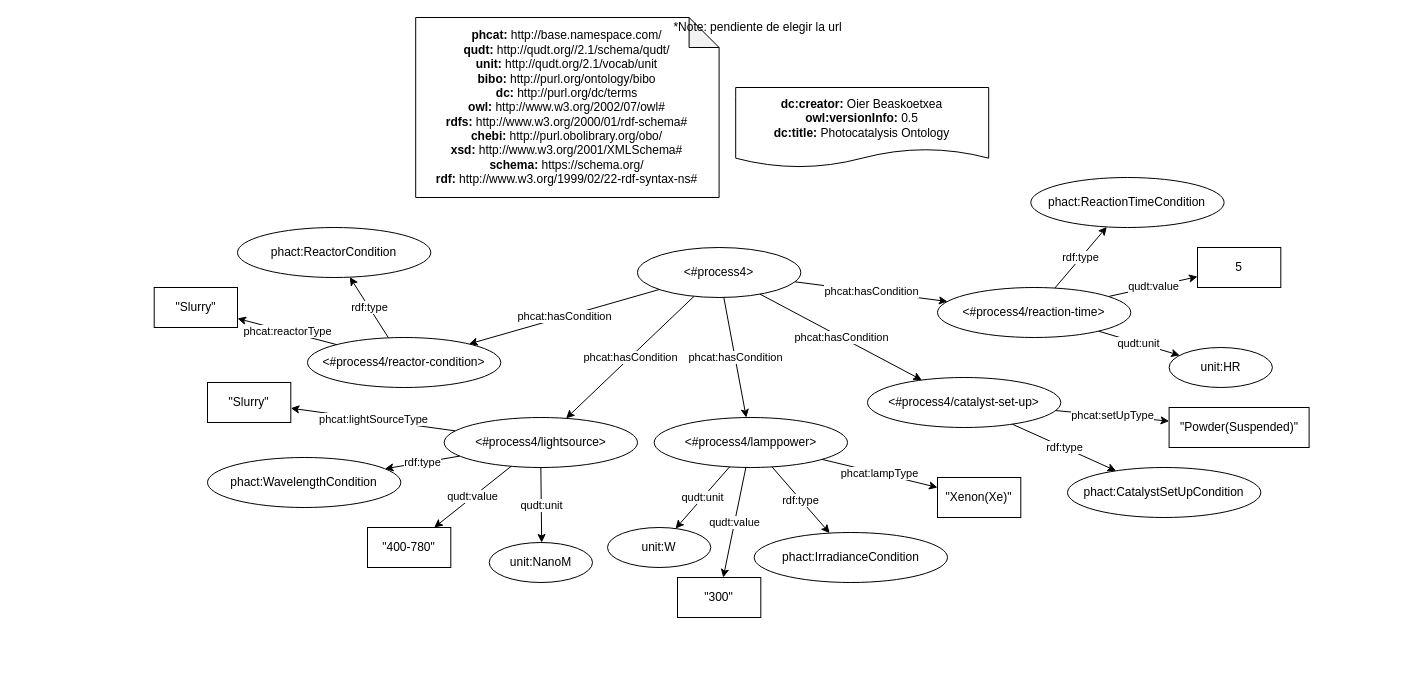
SolarChem/solarchem-ontology keeps this draw.io diagram as page "Ejemplo-conditions" (5 of 8) of examples/photocatalysis-ontology-example.drawio. Above is the earlier version. Source tidied: cells renumbered, new cells numbered last; positions are measured from the earlier drawing's top-left corner, leaving out a move shared by most shapes. Both pictures are drawn from the tidied source at 100%, with x=0, y=0 at pixel (154, 17).
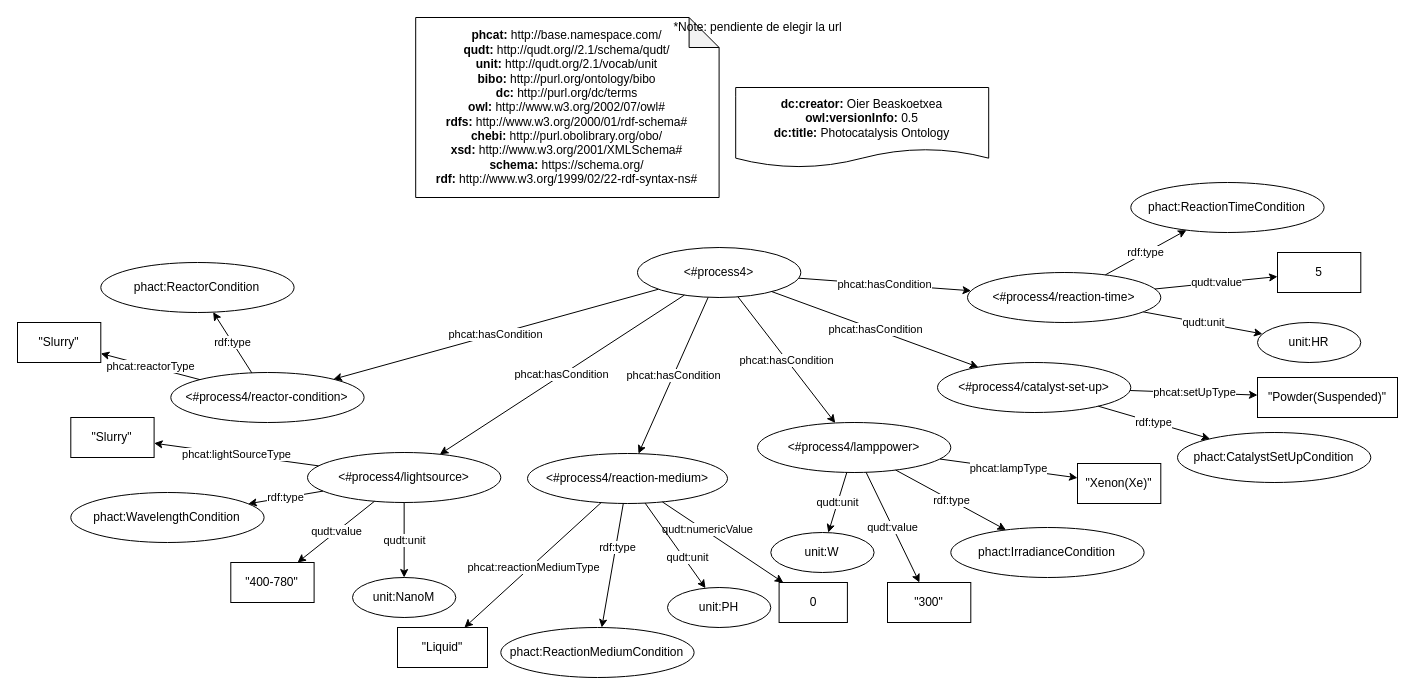
After the change.

The change refers to these unchanged cells:
```xml
<mxCell id="6" value="&amp;lt;#process4&amp;gt;" style="ellipse;whiteSpace=wrap;html=1;fillColor=default;" parent="1" vertex="1">
  <mxGeometry x="483" y="230" width="163.3" height="50" as="geometry" />
</mxCell>
```

Change to the diagram source:
```diff
@@
     <mxCell id="7" value="&amp;lt;#process4/reactor-condition&amp;gt;" style="ellipse;whiteSpace=wrap;html=1;fillColor=default;" parent="1" vertex="1">
-      <mxGeometry x="153" y="320" width="193.3" height="50" as="geometry" />
+      <mxGeometry x="16.3" y="355" width="193.3" height="50" as="geometry" />
     </mxCell>
     <mxCell id="8" value="phact:ReactorCondition" style="ellipse;whiteSpace=wrap;html=1;fillColor=default;" parent="1" vertex="1">
-      <mxGeometry x="83" y="210" width="193.3" height="50" as="geometry" />
+      <mxGeometry x="-53.7" y="245" width="193.3" height="50" as="geometry" />
     </mxCell>
@@
     <mxCell id="10" value="&quot;Slurry&quot;" style="rounded=0;whiteSpace=wrap;html=1;fillColor=default;" parent="1" vertex="1">
-      <mxGeometry x="-0.3" y="270" width="83.3" height="40" as="geometry" />
+      <mxGeometry x="-137" y="305" width="83.3" height="40" as="geometry" />
     </mxCell>
@@
     <mxCell id="13" value="&amp;lt;#process4/lightsource&amp;gt;" style="ellipse;whiteSpace=wrap;html=1;fillColor=default;" parent="1" vertex="1">
-      <mxGeometry x="289.7" y="400" width="193.3" height="50" as="geometry" />
+      <mxGeometry x="153" y="435" width="193.3" height="50" as="geometry" />
     </mxCell>
     <mxCell id="14" value="phact:WavelengthCondition" style="ellipse;whiteSpace=wrap;html=1;fillColor=default;" parent="1" vertex="1">
-      <mxGeometry x="53" y="440" width="193.3" height="50" as="geometry" />
+      <mxGeometry x="-83.7" y="475" width="193.3" height="50" as="geometry" />
     </mxCell>
@@
     <mxCell id="16" value="&quot;Slurry&quot;" style="rounded=0;whiteSpace=wrap;html=1;fillColor=default;" parent="1" vertex="1">
-      <mxGeometry x="53" y="365" width="83.3" height="40" as="geometry" />
+      <mxGeometry x="-83.7" y="400" width="83.3" height="40" as="geometry" />
     </mxCell>
@@
     <mxCell id="18" value="unit:NanoM" style="ellipse;whiteSpace=wrap;html=1;fillColor=default;" parent="1" vertex="1">
-      <mxGeometry x="334.7" y="525" width="103.3" height="40" as="geometry" />
+      <mxGeometry x="198" y="560" width="103.3" height="40" as="geometry" />
     </mxCell>
     <mxCell id="19" value="&quot;400-780&quot;" style="rounded=0;whiteSpace=wrap;html=1;fillColor=default;" parent="1" vertex="1">
-      <mxGeometry x="213" y="510" width="83.3" height="40" as="geometry" />
+      <mxGeometry x="76.3" y="545" width="83.3" height="40" as="geometry" />
     </mxCell>
@@
     <mxCell id="22" value="&amp;lt;#process4/lamppower&amp;gt;" style="ellipse;whiteSpace=wrap;html=1;fillColor=default;" parent="1" vertex="1">
-      <mxGeometry x="499.7" y="400" width="193.3" height="50" as="geometry" />
+      <mxGeometry x="603" y="405" width="193.3" height="50" as="geometry" />
     </mxCell>
     <mxCell id="23" value="phact:IrradianceCondition" style="ellipse;whiteSpace=wrap;html=1;fillColor=default;" parent="1" vertex="1">
-      <mxGeometry x="599.7" y="515" width="193.3" height="50" as="geometry" />
+      <mxGeometry x="796.3" y="510" width="193.3" height="50" as="geometry" />
     </mxCell>
@@
     <mxCell id="25" value="&quot;Xenon(Xe)&quot;" style="rounded=0;whiteSpace=wrap;html=1;fillColor=default;" parent="1" vertex="1">
-      <mxGeometry x="783" y="460" width="83.3" height="40" as="geometry" />
+      <mxGeometry x="923" y="446" width="83.3" height="40" as="geometry" />
     </mxCell>
@@
     <mxCell id="27" value="unit:W" style="ellipse;whiteSpace=wrap;html=1;fillColor=default;" parent="1" vertex="1">
-      <mxGeometry x="453" y="510" width="103.3" height="40" as="geometry" />
+      <mxGeometry x="616.3" y="515" width="103.3" height="40" as="geometry" />
     </mxCell>
     <mxCell id="28" value="&quot;300&quot;" style="rounded=0;whiteSpace=wrap;html=1;fillColor=default;" parent="1" vertex="1">
-      <mxGeometry x="523" y="560" width="83.3" height="40" as="geometry" />
+      <mxGeometry x="733" y="565" width="83.3" height="40" as="geometry" />
     </mxCell>
@@
     <mxCell id="32" value="&amp;lt;#process4/catalyst-set-up&amp;gt;" style="ellipse;whiteSpace=wrap;html=1;fillColor=default;" parent="1" vertex="1">
-      <mxGeometry x="713" y="360" width="193.3" height="50" as="geometry" />
+      <mxGeometry x="783" y="345" width="193.3" height="50" as="geometry" />
     </mxCell>
     <mxCell id="33" value="phact:CatalystSetUpCondition" style="ellipse;whiteSpace=wrap;html=1;fillColor=default;" parent="1" vertex="1">
-      <mxGeometry x="913" y="450" width="193.3" height="50" as="geometry" />
+      <mxGeometry x="1023" y="415" width="193.3" height="50" as="geometry" />
     </mxCell>
@@
     <mxCell id="35" value="&quot;Powder(Suspended)&quot;" style="rounded=0;whiteSpace=wrap;html=1;fillColor=default;" parent="1" vertex="1">
-      <mxGeometry x="1014.6" y="390" width="140" height="40" as="geometry" />
+      <mxGeometry x="1103" y="360" width="140" height="40" as="geometry" />
     </mxCell>
@@
     <mxCell id="37" value="5" style="rounded=0;whiteSpace=wrap;html=1;fillColor=default;" parent="1" vertex="1">
-      <mxGeometry x="1043" y="230" width="83.3" height="40" as="geometry" />
+      <mxGeometry x="1123" y="235" width="83.3" height="40" as="geometry" />
     </mxCell>
@@
     <mxCell id="41" value="unit:HR" style="ellipse;whiteSpace=wrap;html=1;fillColor=default;" parent="1" vertex="1">
-      <mxGeometry x="1014.6" y="330" width="103.3" height="40" as="geometry" />
+      <mxGeometry x="1103" y="305" width="103.3" height="40" as="geometry" />
     </mxCell>
     <mxCell id="42" value="&amp;lt;#process4/reaction-time&amp;gt;" style="ellipse;whiteSpace=wrap;html=1;fillColor=default;" parent="1" vertex="1">
-      <mxGeometry x="783" y="270" width="193.3" height="50" as="geometry" />
+      <mxGeometry x="813" y="255" width="193.3" height="50" as="geometry" />
     </mxCell>
@@
     <mxCell id="44" value="phact:ReactionTimeCondition" style="ellipse;whiteSpace=wrap;html=1;fillColor=default;" parent="1" vertex="1">
-      <mxGeometry x="876.3" y="160" width="193.3" height="50" as="geometry" />
+      <mxGeometry x="976.3" y="165" width="193.3" height="50" as="geometry" />
     </mxCell>
@@
+    <mxCell id="46" value="&amp;lt;#process4/reaction-medium&amp;gt;" style="ellipse;whiteSpace=wrap;html=1;fillColor=default;" parent="1" vertex="1">
+      <mxGeometry x="373" y="436" width="200" height="50" as="geometry" />
+    </mxCell>
+    <mxCell id="47" value="&quot;Liquid&quot;" style="rounded=0;whiteSpace=wrap;html=1;fillColor=default;" parent="1" vertex="1">
+      <mxGeometry x="243" y="610" width="90" height="40" as="geometry" />
+    </mxCell>
+    <mxCell id="48" style="edgeStyle=none;html=1;" parent="1" edge="1" source="46" target="47">
+      <mxGeometry relative="1" as="geometry" />
+    </mxCell>
+    <mxCell id="49" value="phcat:reactionMediumType" style="edgeLabel;html=1;align=center;verticalAlign=middle;" parent="48" vertex="1">
+      <mxGeometry x="-0.25" y="1" relative="1" as="geometry">
+        <mxPoint x="-18" y="17" as="offset" />
+      </mxGeometry>
+    </mxCell>
+    <mxCell id="50" value="0" style="rounded=0;whiteSpace=wrap;html=1;fillColor=default;" parent="1" vertex="1">
+      <mxGeometry x="624.6" y="565" width="68.3" height="40" as="geometry" />
+    </mxCell>
+    <mxCell id="51" style="edgeStyle=none;html=1;" parent="1" edge="1" source="46" target="50">
+      <mxGeometry relative="1" as="geometry" />
+    </mxCell>
+    <mxCell id="52" value="qudt:numericValue" style="edgeLabel;html=1;align=center;verticalAlign=middle;" parent="51" vertex="1">
+      <mxGeometry x="-0.25" y="1" relative="1" as="geometry">
+        <mxPoint x="-1" y="-2" as="offset" />
+      </mxGeometry>
+    </mxCell>
+    <mxCell id="53" value="phcat:hasCondition" style="edgeStyle=none;html=1;" parent="1" edge="1" source="6" target="46">
+      <mxGeometry relative="1" as="geometry" />
+    </mxCell>
+    <mxCell id="54" value="phact:ReactionMediumCondition" style="ellipse;whiteSpace=wrap;html=1;fillColor=default;" parent="1" vertex="1">
+      <mxGeometry x="346.3" y="610" width="193.3" height="50" as="geometry" />
+    </mxCell>
+    <mxCell id="55" value="rdf:type" style="edgeStyle=none;html=1;" parent="1" edge="1" source="46" target="54">
+      <mxGeometry x="-0.3" y="2" relative="1" as="geometry" />
+    </mxCell>
+    <mxCell id="56" value="unit:PH" style="ellipse;whiteSpace=wrap;html=1;fillColor=default;" parent="1" vertex="1">
+      <mxGeometry x="513" y="570" width="103.3" height="40" as="geometry" />
+    </mxCell>
+    <mxCell id="57" value="qudt:unit" style="edgeStyle=none;html=1;" parent="1" edge="1" source="46" target="56">
+      <mxGeometry x="0.32" y="3" relative="1" as="geometry" />
+    </mxCell>
```
